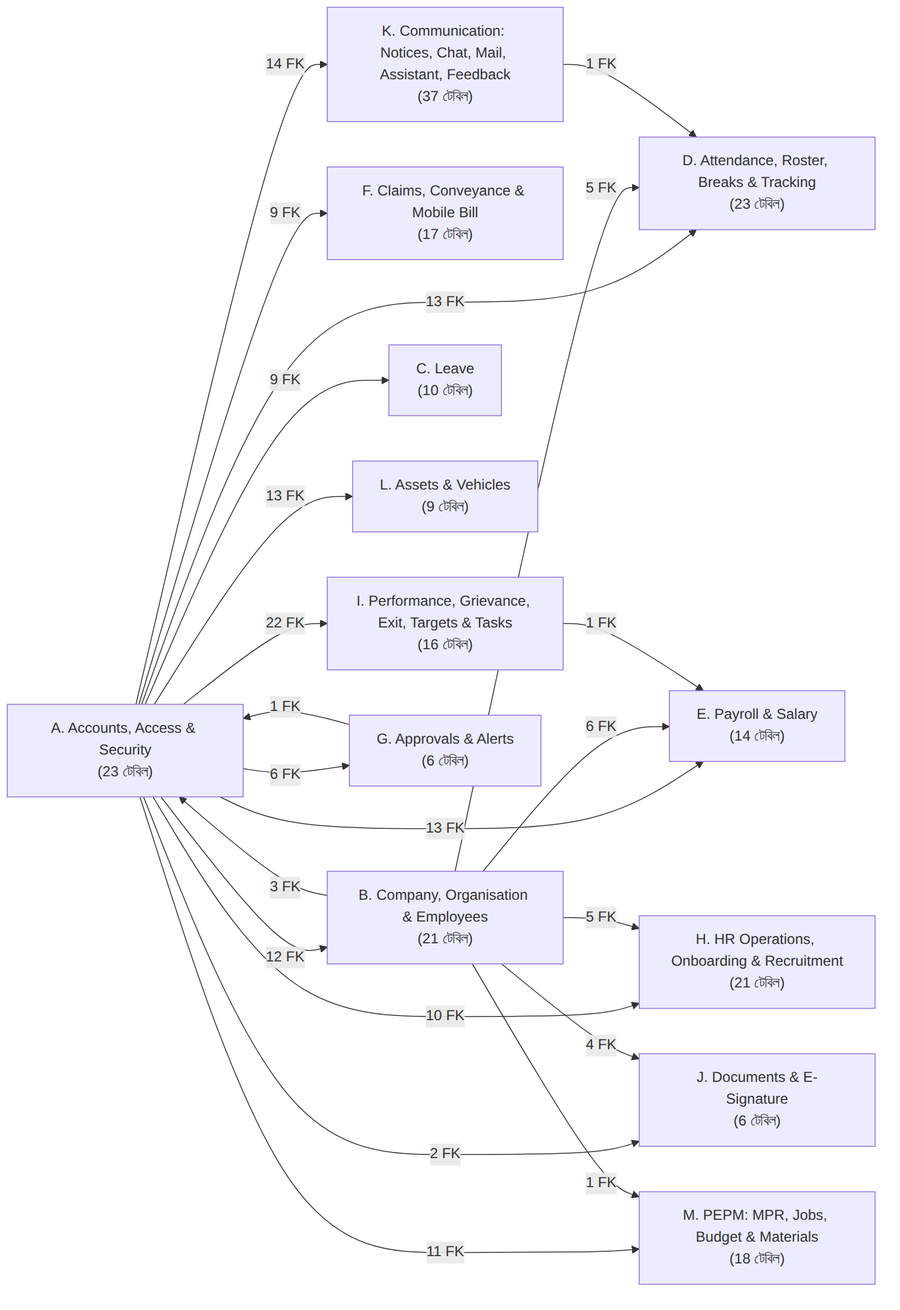
This is docs/architecture/database/diagrams/00-module-map.png from ruhulamencredence/CredenceHR, a Mermaid export, as it was before one commit. Its source is kept beside it as docs/architecture/database/diagrams/00-module-map.mmd.
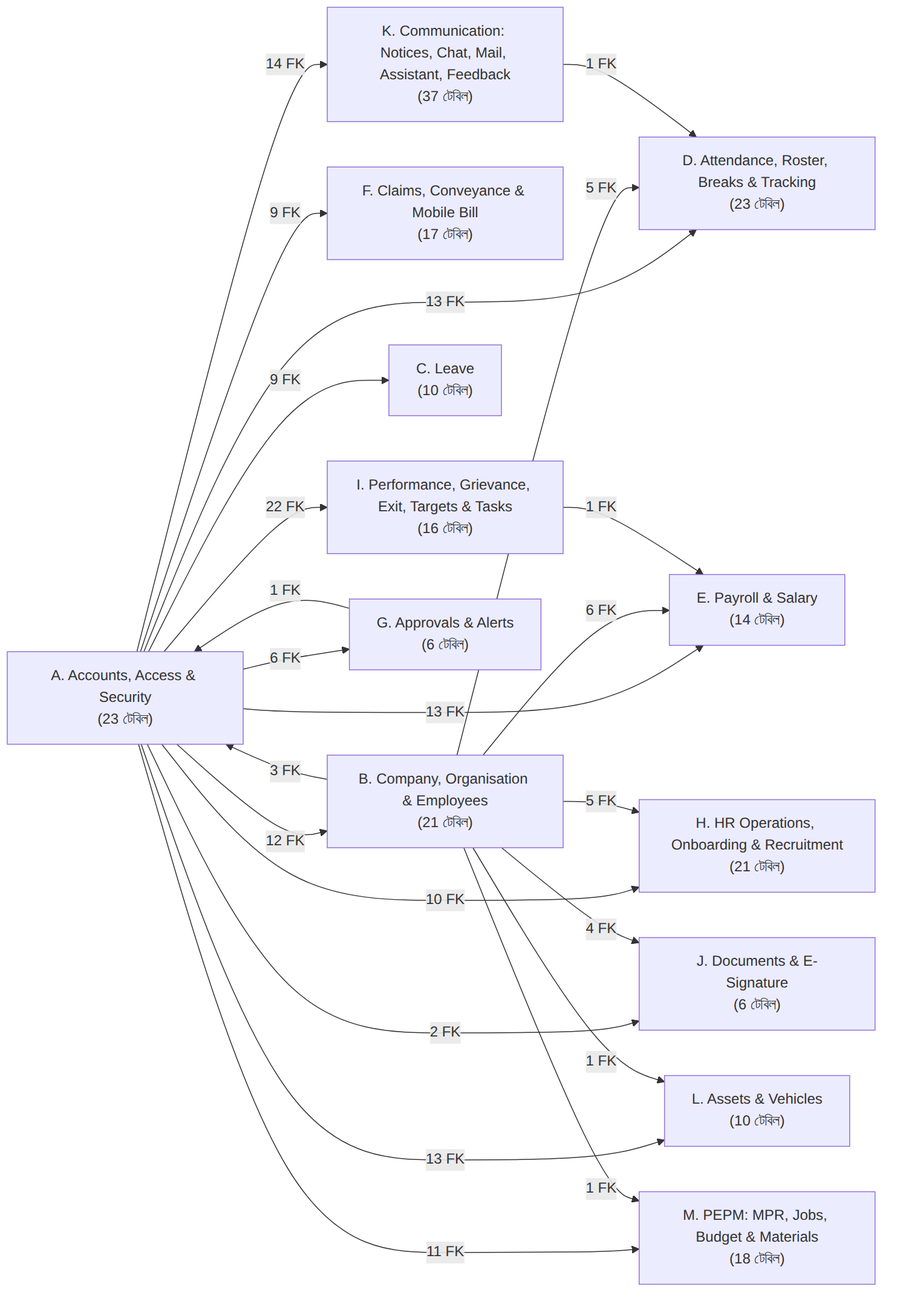
After the change.

The edit, as a diff of the source:
```diff
@@ -7,7 +7,7 @@
   F["F. Claims, Conveyance & Mobile Bill<br/>(17 টেবিল)"]
   B["B. Company, Organisation & Employees<br/>(21 টেবিল)"]
   C["C. Leave<br/>(10 টেবিল)"]
-  L["L. Assets & Vehicles<br/>(9 টেবিল)"]
+  L["L. Assets & Vehicles<br/>(10 টেবিল)"]
   J["J. Documents & E-Signature<br/>(6 টেবিল)"]
   E["E. Payroll & Salary<br/>(14 টেবিল)"]
   I["I. Performance, Grievance, Exit, Targets & Tasks<br/>(16 টেবিল)"]
@@ -29,6 +29,7 @@
   B -->|6 FK| E
   B -->|5 FK| H
   B -->|4 FK| J
+  B -->|1 FK| L
   B -->|1 FK| M
   G -->|1 FK| A
   I -->|1 FK| E
```
